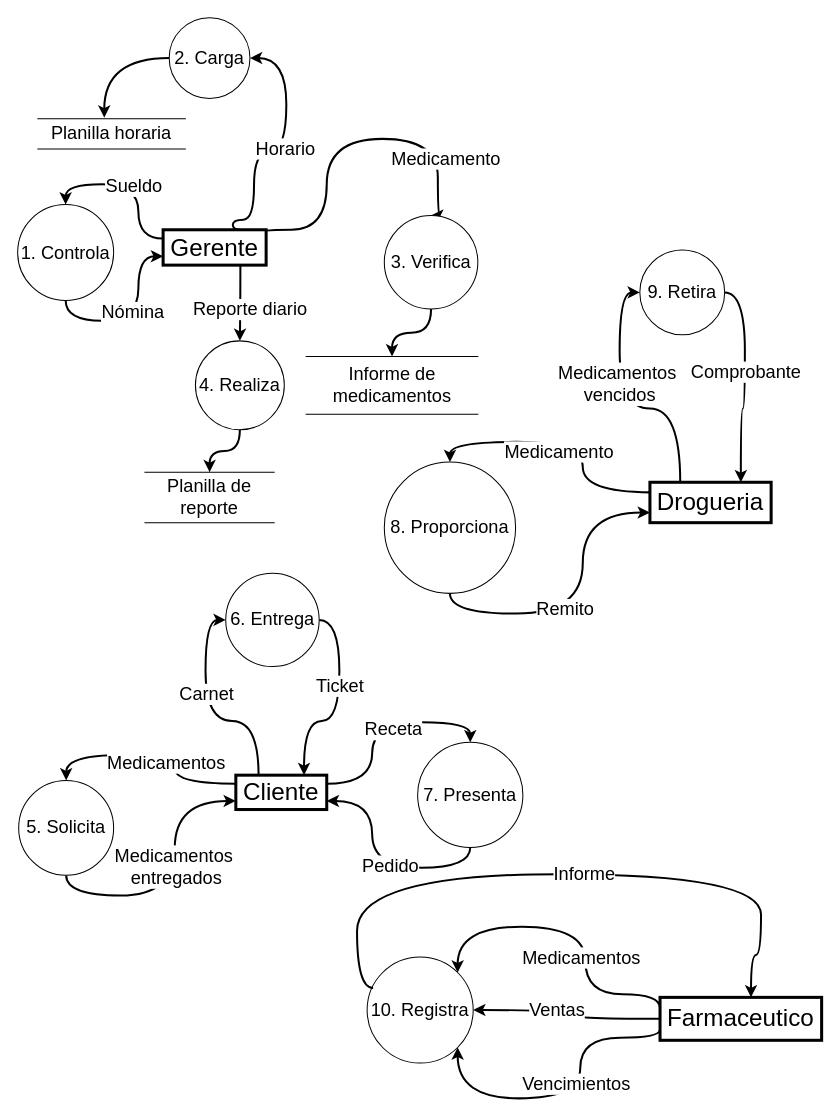
Above: page "DFD_Farmacia" (1 of 2) of farmaciaAE.drawio in yon026/pruebagit (draw.io), before the change. Source tidied: cells renumbered, new cells numbered last; positions are measured from the earlier drawing's top-left corner, leaving out a move shared by most shapes. Both pictures are drawn from the tidied source at 101%, with x=0, y=0 at pixel (17, 17).
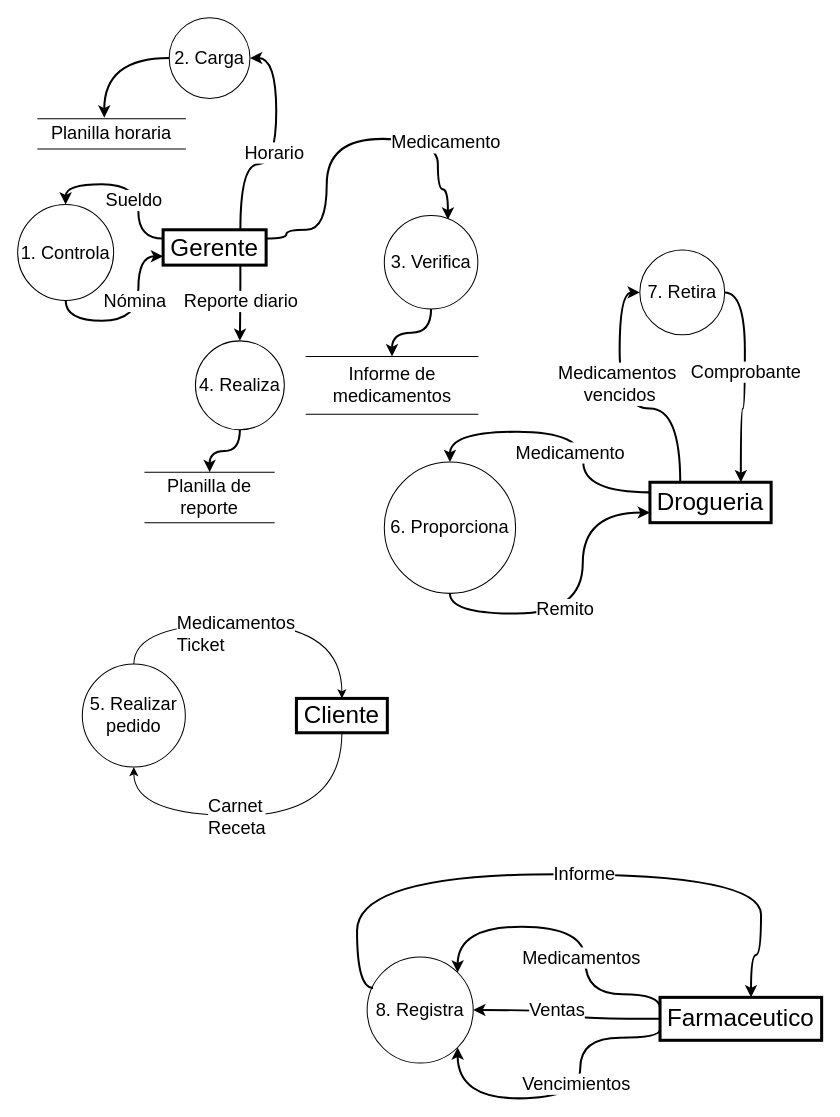
The same diagram, later.

Unchanged cells that the change refers to:
```xml
<mxCell id="2" style="edgeStyle=orthogonalEdgeStyle;shape=connector;curved=1;rounded=0;jettySize=auto;html=1;exitX=0;exitY=0.25;exitDx=0;exitDy=0;strokeColor=default;align=center;verticalAlign=middle;fontFamily=Helvetica;fontSize=18;fontColor=default;labelBackgroundColor=default;endArrow=classic;entryX=0.5;entryY=0;entryDx=0;entryDy=0;strokeWidth=2;" parent="1" edge="1" source="16" target="6">
  <mxGeometry relative="1" as="geometry" />
</mxCell>
<mxCell id="4" style="edgeStyle=orthogonalEdgeStyle;shape=connector;curved=1;rounded=0;jettySize=auto;html=1;exitX=0.5;exitY=1;exitDx=0;exitDy=0;entryX=0;entryY=0.75;entryDx=0;entryDy=0;strokeColor=default;align=center;verticalAlign=middle;fontFamily=Helvetica;fontSize=11;fontColor=default;labelBackgroundColor=default;endArrow=classic;strokeWidth=2;" parent="1" edge="1" source="6" target="16">
  <mxGeometry relative="1" as="geometry" />
</mxCell>
<mxCell id="7" value="2. Carga" style="ellipse;whiteSpace=wrap;html=1;fontSize=18;" parent="1" vertex="1">
  <mxGeometry x="150" width="80" height="80" as="geometry" />
</mxCell>
<mxCell id="12" style="edgeStyle=orthogonalEdgeStyle;shape=connector;curved=1;rounded=0;jettySize=auto;html=1;exitX=0.75;exitY=1;exitDx=0;exitDy=0;entryX=0.5;entryY=0;entryDx=0;entryDy=0;strokeColor=default;align=center;verticalAlign=middle;fontFamily=Helvetica;fontSize=18;fontColor=default;labelBackgroundColor=default;endArrow=classic;strokeWidth=2;" parent="1" edge="1" source="16" target="9">
  <mxGeometry relative="1" as="geometry" />
</mxCell>
<mxCell id="18" value="3. Verifica" style="ellipse;whiteSpace=wrap;html=1;fontSize=18;" parent="1" vertex="1">
  <mxGeometry x="363" y="195.8" width="92.6" height="92.6" as="geometry" />
</mxCell>
<mxCell id="19" style="edgeStyle=orthogonalEdgeStyle;rounded=0;jettySize=auto;html=1;exitX=0;exitY=0.25;exitDx=0;exitDy=0;entryX=1;entryY=0;entryDx=0;entryDy=0;curved=1;strokeWidth=2;" parent="1" edge="1" source="25" target="53">
  <mxGeometry relative="1" as="geometry">
    <Array as="points">
      <mxPoint x="562" y="967" />
      <mxPoint x="562" y="900" />
      <mxPoint x="436" y="900" />
    </Array>
  </mxGeometry>
</mxCell>
<mxCell id="21" style="edgeStyle=orthogonalEdgeStyle;rounded=0;jettySize=auto;html=1;exitX=0;exitY=0.75;exitDx=0;exitDy=0;entryX=1;entryY=1;entryDx=0;entryDy=0;curved=1;strokeWidth=2;" parent="1" edge="1" source="25" target="53">
  <mxGeometry relative="1" as="geometry">
    <Array as="points">
      <mxPoint x="636" y="1010" />
      <mxPoint x="557" y="1010" />
      <mxPoint x="557" y="1070" />
      <mxPoint x="436" y="1070" />
    </Array>
  </mxGeometry>
</mxCell>
<mxCell id="23" style="edgeStyle=orthogonalEdgeStyle;rounded=0;jettySize=auto;html=1;exitX=0;exitY=0.5;exitDx=0;exitDy=0;entryX=1;entryY=0.5;entryDx=0;entryDy=0;curved=1;strokeWidth=2;" parent="1" edge="1" source="25" target="53">
  <mxGeometry relative="1" as="geometry" />
</mxCell>
<mxCell id="57" style="edgeStyle=orthogonalEdgeStyle;rounded=0;jettySize=auto;html=1;entryX=0.563;entryY=0;entryDx=0;entryDy=0;entryPerimeter=0;curved=1;strokeWidth=2;exitX=0.056;exitY=0.292;exitDx=0;exitDy=0;exitPerimeter=0;" parent="1" edge="1" source="53" target="25">
  <mxGeometry relative="1" as="geometry">
    <Array as="points">
      <mxPoint x="336" y="961" />
      <mxPoint x="336" y="848" />
      <mxPoint x="736" y="848" />
      <mxPoint x="736" y="928" />
      <mxPoint x="726" y="928" />
    </Array>
  </mxGeometry>
</mxCell>
```

What changed in the source:
```diff
@@
     <mxCell id="3" value="Sueldo" style="edgeLabel;html=1;align=center;verticalAlign=middle;fontFamily=Helvetica;fontSize=18;fontColor=default;labelBackgroundColor=default;" parent="2" vertex="1">
       <mxGeometry x="0.07" y="2" relative="1" as="geometry">
-        <mxPoint x="8" y="-1" as="offset" />
+        <mxPoint x="8" y="13" as="offset" />
       </mxGeometry>
     </mxCell>
@@
-    <mxCell id="5" value="&lt;font style=&quot;font-size: 18px;&quot;&gt;Nómina&lt;/font&gt;" style="edgeLabel;html=1;align=center;verticalAlign=middle;fontFamily=Helvetica;fontSize=11;fontColor=default;labelBackgroundColor=default;" parent="4" vertex="1">
-      <mxGeometry x="0.12" y="6" relative="1" as="geometry" />
+    <mxCell id="5" value="&lt;font style=&quot;font-size: 18px;&quot;&gt;Nómina&lt;/font&gt;" style="edgeLabel;html=1;align=center;verticalAlign=middle;fontFamily=Helvetica;fontSize=18;fontColor=default;labelBackgroundColor=default;" parent="4" vertex="1">
+      <mxGeometry x="0.12" y="6" relative="1" as="geometry">
+        <mxPoint x="2" y="-11" as="offset" />
+      </mxGeometry>
     </mxCell>
@@
-    <mxCell id="10" style="edgeStyle=orthogonalEdgeStyle;shape=connector;curved=1;rounded=0;jettySize=auto;html=1;exitX=1;exitY=0.25;exitDx=0;exitDy=0;entryX=0.5;entryY=0;entryDx=0;entryDy=0;strokeColor=default;align=center;verticalAlign=middle;fontFamily=Helvetica;fontSize=18;fontColor=default;labelBackgroundColor=default;endArrow=classic;strokeWidth=2;" parent="1" edge="1" source="16" target="18">
+    <mxCell id="10" style="edgeStyle=orthogonalEdgeStyle;shape=connector;curved=1;rounded=0;jettySize=auto;html=1;exitX=1;exitY=0.25;exitDx=0;exitDy=0;strokeColor=default;align=center;verticalAlign=middle;fontFamily=Helvetica;fontSize=18;fontColor=default;labelBackgroundColor=default;endArrow=classic;strokeWidth=2;entryX=0.68;entryY=0.045;entryDx=0;entryDy=0;entryPerimeter=0;" parent="1" edge="1" source="16" target="18">
       <mxGeometry relative="1" as="geometry">
         <Array as="points">
-          <mxPoint x="236" y="210" />
+          <mxPoint x="266" y="219" />
+          <mxPoint x="266" y="210" />
           <mxPoint x="306" y="210" />
           <mxPoint x="306" y="120" />
           <mxPoint x="416" y="120" />
-          <mxPoint x="416" y="196" />
+          <mxPoint x="416" y="170" />
+          <mxPoint x="426" y="170" />
         </Array>
       </mxGeometry>
     </mxCell>
@@
     <mxCell id="13" value="Reporte diario" style="edgeLabel;html=1;align=center;verticalAlign=middle;fontFamily=Helvetica;fontSize=18;fontColor=default;labelBackgroundColor=default;" parent="12" vertex="1">
       <mxGeometry x="0.11" y="-2" relative="1" as="geometry">
-        <mxPoint x="11" y="2" as="offset" />
+        <mxPoint x="2" y="-6" as="offset" />
       </mxGeometry>
     </mxCell>
-    <mxCell id="14" style="edgeStyle=orthogonalEdgeStyle;shape=connector;curved=1;rounded=0;jettySize=auto;html=1;exitX=0.75;exitY=0;exitDx=0;exitDy=0;entryX=1;entryY=0.5;entryDx=0;entryDy=0;strokeColor=default;strokeWidth=2;align=center;verticalAlign=middle;fontFamily=Helvetica;fontSize=11;fontColor=default;labelBackgroundColor=default;endArrow=classic;" parent="1" edge="1" source="16" target="7">
+    <mxCell id="14" style="edgeStyle=orthogonalEdgeStyle;shape=connector;curved=1;rounded=0;jettySize=auto;html=1;exitX=0.75;exitY=0;exitDx=0;exitDy=0;entryX=1;entryY=0.5;entryDx=0;entryDy=0;strokeColor=default;align=center;verticalAlign=middle;fontFamily=Helvetica;fontSize=11;fontColor=default;labelBackgroundColor=default;endArrow=classic;strokeWidth=2;" parent="1" edge="1" source="16" target="7">
       <mxGeometry relative="1" as="geometry">
         <Array as="points">
-          <mxPoint x="213" y="200" />
-          <mxPoint x="234" y="200" />
-          <mxPoint x="234" y="132" />
-          <mxPoint x="266" y="132" />
-          <mxPoint x="266" y="40" />
+          <mxPoint x="220" y="145" />
+          <mxPoint x="256" y="145" />
+          <mxPoint x="256" y="40" />
         </Array>
       </mxGeometry>
     </mxCell>
     <mxCell id="15" value="Horario" style="edgeLabel;html=1;align=center;verticalAlign=middle;fontFamily=Helvetica;fontSize=18;fontColor=default;labelBackgroundColor=default;" parent="14" vertex="1">
-      <mxGeometry x="0.03" y="3" relative="1" as="geometry" />
+      <mxGeometry x="-0.03" y="3" relative="1" as="geometry" />
     </mxCell>
-    <mxCell id="16" value="&lt;font style=&quot;font-size: 24px;&quot;&gt;Gerente&lt;/font&gt;" style="rounded=0;whiteSpace=wrap;html=1;fontSize=18;strokeWidth=3;" parent="1" vertex="1">
+    <mxCell id="16" value="&lt;font style=&quot;font-size: 24px;&quot;&gt;Gerente&lt;/font&gt;" style="rounded=0;whiteSpace=wrap;html=1;fontSize=24;strokeWidth=3;" parent="1" vertex="1">
       <mxGeometry x="144" y="210" width="102" height="35" as="geometry" />
     </mxCell>
@@
-    <mxCell id="20" value="&lt;font style=&quot;font-size: 18px;&quot;&gt;Medicamentos&lt;/font&gt;" style="edgeLabel;html=1;align=center;verticalAlign=middle;" parent="19" vertex="1">
+    <mxCell id="20" value="&lt;font style=&quot;font-size: 18px;&quot;&gt;Medicamentos&lt;/font&gt;" style="edgeLabel;html=1;align=center;verticalAlign=middle;fontSize=18;" parent="19" vertex="1">
       <mxGeometry x="0.21" y="4" relative="1" as="geometry">
         <mxPoint x="38" y="26" as="offset" />
       </mxGeometry>
     </mxCell>
@@
-    <mxCell id="22" value="&lt;font style=&quot;font-size: 18px;&quot;&gt;Vencimientos&lt;/font&gt;" style="edgeLabel;html=1;align=center;verticalAlign=middle;" parent="21" vertex="1">
+    <mxCell id="22" value="&lt;font style=&quot;font-size: 18px;&quot;&gt;Vencimientos&lt;/font&gt;" style="edgeLabel;html=1;align=center;verticalAlign=middle;fontSize=18;" parent="21" vertex="1">
       <mxGeometry x="-0.04" y="-6" relative="1" as="geometry">
         <mxPoint x="1" y="-9" as="offset" />
       </mxGeometry>
     </mxCell>
@@
-    <mxCell id="24" value="&lt;font style=&quot;font-size: 18px;&quot;&gt;Ventas&lt;/font&gt;" style="edgeLabel;html=1;align=center;verticalAlign=middle;" parent="23" vertex="1">
+    <mxCell id="24" value="&lt;font style=&quot;font-size: 18px;&quot;&gt;Ventas&lt;/font&gt;" style="edgeLabel;html=1;align=center;verticalAlign=middle;fontSize=18;" parent="23" vertex="1">
       <mxGeometry x="0.06" relative="1" as="geometry">
         <mxPoint x="-8" as="offset" />
       </mxGeometry>
     </mxCell>
-    <mxCell id="25" value="&lt;font style=&quot;font-size: 24px;&quot;&gt;Farmaceutico&lt;/font&gt;" style="rounded=0;whiteSpace=wrap;html=1;fontSize=18;strokeWidth=3;" parent="1" vertex="1">
+    <mxCell id="25" value="&lt;font style=&quot;font-size: 24px;&quot;&gt;Farmaceutico&lt;/font&gt;" style="rounded=0;whiteSpace=wrap;html=1;fontSize=24;strokeWidth=3;" parent="1" vertex="1">
       <mxGeometry x="636" y="970" width="160" height="42.5" as="geometry" />
     </mxCell>
@@
     <mxCell id="28" style="edgeStyle=orthogonalEdgeStyle;shape=connector;curved=1;rounded=0;jettySize=auto;html=1;exitX=0;exitY=0.25;exitDx=0;exitDy=0;strokeColor=default;align=center;verticalAlign=middle;fontFamily=Helvetica;fontSize=18;fontColor=default;labelBackgroundColor=default;endArrow=classic;entryX=0.5;entryY=0;entryDx=0;entryDy=0;strokeWidth=2;" parent="1" edge="1" source="33" target="30">
-      <mxGeometry relative="1" as="geometry" />
+      <mxGeometry relative="1" as="geometry">
+        <Array as="points">
+          <mxPoint x="560" y="470" />
+          <mxPoint x="560" y="410" />
+          <mxPoint x="428" y="410" />
+        </Array>
+      </mxGeometry>
     </mxCell>
     <mxCell id="29" value="Medicamento" style="edgeLabel;html=1;align=center;verticalAlign=middle;fontFamily=Helvetica;fontSize=18;fontColor=default;labelBackgroundColor=default;" parent="28" vertex="1">
       <mxGeometry x="0.07" y="2" relative="1" as="geometry">
-        <mxPoint x="2" y="7" as="offset" />
+        <mxPoint x="14" y="18" as="offset" />
       </mxGeometry>
     </mxCell>
-    <mxCell id="30" value="8. Proporciona" style="ellipse;whiteSpace=wrap;html=1;fontSize=18;" parent="1" vertex="1">
+    <mxCell id="30" value="6. Proporciona" style="ellipse;whiteSpace=wrap;html=1;fontSize=18;" parent="1" vertex="1">
       <mxGeometry x="363" y="440" width="130" height="130" as="geometry" />
     </mxCell>
@@
-    <mxCell id="33" value="&lt;font style=&quot;font-size: 24px;&quot;&gt;Drogueria&lt;/font&gt;" style="rounded=0;whiteSpace=wrap;html=1;fontSize=18;strokeWidth=3;" parent="1" vertex="1">
+    <mxCell id="33" value="&lt;font style=&quot;font-size: 24px;&quot;&gt;Drogueria&lt;/font&gt;" style="rounded=0;whiteSpace=wrap;html=1;fontSize=24;strokeWidth=3;" parent="1" vertex="1">
       <mxGeometry x="626" y="460" width="120" height="40" as="geometry" />
     </mxCell>
@@
-    <mxCell id="37" style="edgeStyle=orthogonalEdgeStyle;shape=connector;curved=1;rounded=0;jettySize=auto;html=1;exitX=0.5;exitY=1;exitDx=0;exitDy=0;entryX=1;entryY=0.75;entryDx=0;entryDy=0;strokeColor=default;align=center;verticalAlign=middle;fontFamily=Helvetica;fontSize=18;fontColor=default;labelBackgroundColor=default;endArrow=classic;strokeWidth=2;" parent="1" edge="1" source="39" target="49">
-      <mxGeometry relative="1" as="geometry" />
-    </mxCell>
-    <mxCell id="38" value="Pedido" style="edgeLabel;html=1;align=center;verticalAlign=middle;fontFamily=Helvetica;fontSize=18;fontColor=default;labelBackgroundColor=default;" parent="37" vertex="1">
-      <mxGeometry x="-0.07" y="-2" relative="1" as="geometry">
-        <mxPoint x="6" as="offset" />
-      </mxGeometry>
-    </mxCell>
-    <mxCell id="39" value="7. Presenta" style="ellipse;whiteSpace=wrap;html=1;fontSize=18;" parent="1" vertex="1">
-      <mxGeometry x="396" y="717.5" width="104.2" height="104.2" as="geometry" />
-    </mxCell>
-    <mxCell id="40" style="edgeStyle=orthogonalEdgeStyle;shape=connector;curved=1;rounded=0;jettySize=auto;html=1;exitX=0.5;exitY=1;exitDx=0;exitDy=0;entryX=0;entryY=0.75;entryDx=0;entryDy=0;strokeColor=default;align=center;verticalAlign=middle;fontFamily=Helvetica;fontSize=18;fontColor=default;labelBackgroundColor=default;endArrow=classic;strokeWidth=2;" parent="1" edge="1" source="42" target="49">
-      <mxGeometry relative="1" as="geometry" />
-    </mxCell>
-    <mxCell id="41" value="Medicamentos&amp;nbsp;&lt;div style=&quot;font-size: 18px;&quot;&gt;entregados&lt;/div&gt;" style="edgeLabel;html=1;align=center;verticalAlign=middle;fontFamily=Helvetica;fontSize=18;fontColor=default;labelBackgroundColor=default;" parent="40" vertex="1">
-      <mxGeometry x="-0.3" y="3" relative="1" as="geometry">
-        <mxPoint x="29" y="-26" as="offset" />
-      </mxGeometry>
-    </mxCell>
-    <mxCell id="42" value="5. Solicita" style="ellipse;whiteSpace=wrap;html=1;fontSize=18;" parent="1" vertex="1">
-      <mxGeometry x="1" y="755.2" width="94" height="94" as="geometry" />
-    </mxCell>
-    <mxCell id="43" style="edgeStyle=orthogonalEdgeStyle;shape=connector;curved=1;rounded=0;jettySize=auto;html=1;exitX=0;exitY=0.25;exitDx=0;exitDy=0;entryX=0.5;entryY=0;entryDx=0;entryDy=0;strokeColor=default;align=center;verticalAlign=middle;fontFamily=Helvetica;fontSize=18;fontColor=default;labelBackgroundColor=default;endArrow=classic;strokeWidth=2;" parent="1" edge="1" source="49" target="42">
-      <mxGeometry relative="1" as="geometry">
-        <Array as="points">
-          <mxPoint x="156" y="758" />
-          <mxPoint x="156" y="730" />
-          <mxPoint x="48" y="730" />
-        </Array>
-      </mxGeometry>
-    </mxCell>
-    <mxCell id="44" value="Medicamentos" style="edgeLabel;html=1;align=center;verticalAlign=middle;fontFamily=Helvetica;fontSize=18;fontColor=default;labelBackgroundColor=default;" parent="43" vertex="1">
-      <mxGeometry x="0.27" y="1" relative="1" as="geometry">
-        <mxPoint x="43" y="6" as="offset" />
-      </mxGeometry>
-    </mxCell>
-    <mxCell id="45" style="edgeStyle=orthogonalEdgeStyle;shape=connector;curved=1;rounded=0;jettySize=auto;html=1;exitX=0.25;exitY=0;exitDx=0;exitDy=0;entryX=0;entryY=0.5;entryDx=0;entryDy=0;strokeColor=default;align=center;verticalAlign=middle;fontFamily=Helvetica;fontSize=18;fontColor=default;labelBackgroundColor=default;endArrow=classic;strokeWidth=2;" parent="1" edge="1" source="49" target="52">
-      <mxGeometry relative="1" as="geometry" />
-    </mxCell>
-    <mxCell id="46" value="Carnet" style="edgeLabel;html=1;align=center;verticalAlign=middle;fontFamily=Helvetica;fontSize=18;fontColor=default;labelBackgroundColor=default;" parent="45" vertex="1">
-      <mxGeometry x="-0.01" y="-3" relative="1" as="geometry">
-        <mxPoint x="-3" y="-21" as="offset" />
-      </mxGeometry>
-    </mxCell>
-    <mxCell id="47" style="edgeStyle=orthogonalEdgeStyle;shape=connector;curved=1;rounded=0;jettySize=auto;html=1;exitX=1;exitY=0.25;exitDx=0;exitDy=0;entryX=0.5;entryY=0;entryDx=0;entryDy=0;strokeColor=default;align=center;verticalAlign=middle;fontFamily=Helvetica;fontSize=18;fontColor=default;labelBackgroundColor=default;endArrow=classic;strokeWidth=2;" parent="1" edge="1" source="49" target="39">
-      <mxGeometry relative="1" as="geometry" />
-    </mxCell>
-    <mxCell id="48" value="Receta" style="edgeLabel;html=1;align=center;verticalAlign=middle;fontFamily=Helvetica;fontSize=18;fontColor=default;labelBackgroundColor=default;" parent="47" vertex="1">
-      <mxGeometry x="-0.22" y="-3" relative="1" as="geometry">
-        <mxPoint x="17" y="-12" as="offset" />
-      </mxGeometry>
-    </mxCell>
+    <mxCell id="60" style="edgeStyle=orthogonalEdgeStyle;shape=connector;curved=1;rounded=0;jettySize=auto;html=1;exitX=0.5;exitY=1;exitDx=0;exitDy=0;entryX=0.5;entryY=1;entryDx=0;entryDy=0;strokeColor=default;align=center;verticalAlign=middle;fontFamily=Helvetica;fontSize=11;fontColor=default;labelBackgroundColor=default;endArrow=classic;" parent="1" edge="1" source="49" target="64">
+      <mxGeometry relative="1" as="geometry">
+        <Array as="points">
+          <mxPoint x="321" y="790" />
+          <mxPoint x="115" y="790" />
+        </Array>
+      </mxGeometry>
+    </mxCell>
+    <mxCell id="61" value="Carnet&lt;div&gt;Receta&lt;/div&gt;" style="edgeLabel;html=1;align=left;verticalAlign=middle;fontFamily=Helvetica;fontSize=18;fontColor=default;labelBackgroundColor=default;" parent="60" vertex="1">
+      <mxGeometry x="0.11" y="1" relative="1" as="geometry">
+        <mxPoint x="-30" as="offset" />
+      </mxGeometry>
+    </mxCell>
-    <mxCell id="49" value="&lt;font style=&quot;font-size: 24px;&quot;&gt;Cliente&lt;/font&gt;" style="rounded=0;whiteSpace=wrap;html=1;fontSize=18;strokeWidth=3;" parent="1" vertex="1">
-      <mxGeometry x="216" y="750" width="90" height="34" as="geometry" />
+    <mxCell id="49" value="&lt;font style=&quot;font-size: 24px;&quot;&gt;Cliente&lt;/font&gt;" style="rounded=0;whiteSpace=wrap;html=1;fontSize=24;strokeWidth=3;" parent="1" vertex="1">
+      <mxGeometry x="276" y="674" width="90" height="34" as="geometry" />
     </mxCell>
-    <mxCell id="50" style="edgeStyle=orthogonalEdgeStyle;shape=connector;curved=1;rounded=0;jettySize=auto;html=1;exitX=1;exitY=0.5;exitDx=0;exitDy=0;strokeColor=default;align=center;verticalAlign=middle;fontFamily=Helvetica;fontSize=18;fontColor=default;labelBackgroundColor=default;endArrow=classic;entryX=0.75;entryY=0;entryDx=0;entryDy=0;strokeWidth=2;" parent="1" edge="1" source="52" target="49">
-      <mxGeometry relative="1" as="geometry" />
-    </mxCell>
-    <mxCell id="51" value="Ticket" style="edgeLabel;html=1;align=center;verticalAlign=middle;fontFamily=Helvetica;fontSize=18;fontColor=default;labelBackgroundColor=default;" parent="50" vertex="1">
-      <mxGeometry x="0.04" relative="1" as="geometry">
-        <mxPoint y="-24" as="offset" />
-      </mxGeometry>
-    </mxCell>
-    <mxCell id="52" value="6. Entrega" style="ellipse;whiteSpace=wrap;html=1;fontSize=18;" parent="1" vertex="1">
-      <mxGeometry x="206" y="550" width="92.5" height="92.5" as="geometry" />
-    </mxCell>
-    <mxCell id="53" value="10. Registra" style="ellipse;whiteSpace=wrap;html=1;fontSize=18;" parent="1" vertex="1">
+    <mxCell id="53" value="8. Registra" style="ellipse;whiteSpace=wrap;html=1;fontSize=18;" parent="1" vertex="1">
       <mxGeometry x="346" y="930" width="105" height="105" as="geometry" />
     </mxCell>
@@
-    <mxCell id="56" value="9. Retira" style="ellipse;whiteSpace=wrap;html=1;fontSize=18;" parent="1" vertex="1">
+    <mxCell id="56" value="7. Retira" style="ellipse;whiteSpace=wrap;html=1;fontSize=18;" parent="1" vertex="1">
       <mxGeometry x="616" y="230" width="84" height="84" as="geometry" />
     </mxCell>
@@
-    <mxCell id="58" value="&lt;span style=&quot;font-size: 18px;&quot;&gt;Informe&lt;/span&gt;" style="edgeLabel;html=1;align=center;verticalAlign=middle;" parent="57" vertex="1">
+    <mxCell id="58" value="&lt;span style=&quot;font-size: 18px;&quot;&gt;Informe&lt;/span&gt;" style="edgeLabel;html=1;align=center;verticalAlign=middle;fontSize=18;" parent="57" vertex="1">
       <mxGeometry x="0.07" y="1" relative="1" as="geometry" />
     </mxCell>
@@
+    <mxCell id="62" style="edgeStyle=orthogonalEdgeStyle;shape=connector;curved=1;rounded=0;jettySize=auto;html=1;exitX=0.5;exitY=0;exitDx=0;exitDy=0;entryX=0.5;entryY=0;entryDx=0;entryDy=0;strokeColor=default;align=center;verticalAlign=middle;fontFamily=Helvetica;fontSize=11;fontColor=default;labelBackgroundColor=default;endArrow=classic;" parent="1" edge="1" source="64" target="49">
+      <mxGeometry relative="1" as="geometry">
+        <Array as="points">
+          <mxPoint x="115" y="600" />
+          <mxPoint x="321" y="600" />
+        </Array>
+      </mxGeometry>
+    </mxCell>
+    <mxCell id="63" value="Medicamentos&lt;div&gt;Ticket&lt;/div&gt;" style="edgeLabel;html=1;align=left;verticalAlign=middle;fontFamily=Helvetica;fontSize=18;fontColor=default;labelBackgroundColor=default;" parent="62" vertex="1">
+      <mxGeometry x="-0.09" relative="1" as="geometry">
+        <mxPoint x="-65" y="10" as="offset" />
+      </mxGeometry>
+    </mxCell>
+    <mxCell id="64" value="5. Realizar pedido" style="ellipse;whiteSpace=wrap;html=1;fontSize=18;" parent="1" vertex="1">
+      <mxGeometry x="64" y="640" width="102" height="102" as="geometry" />
+    </mxCell>
```
